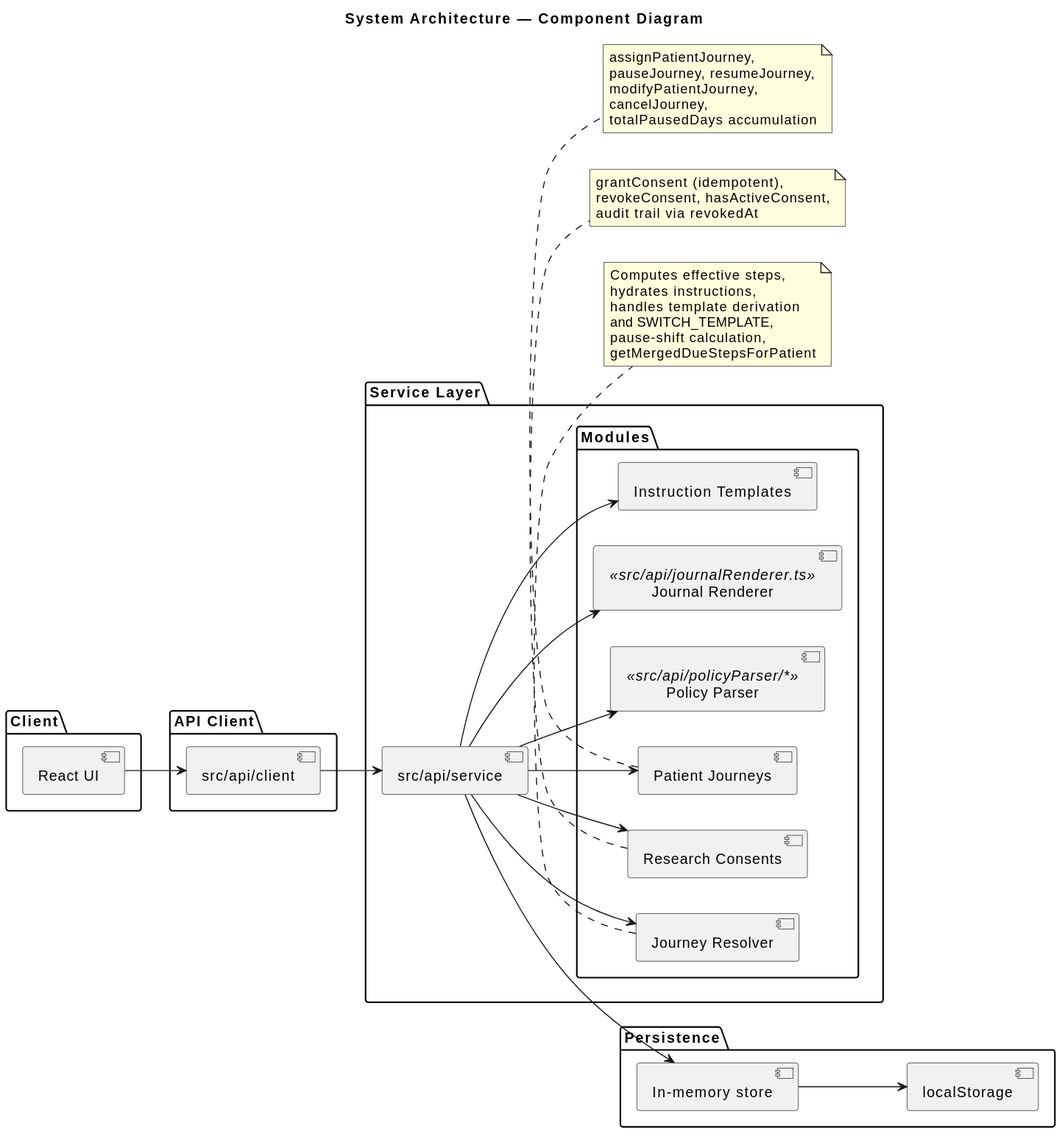
The PlantUML diagram docs/diagrams/high-level-architecture.svg in gforge/DUK, before a commit.
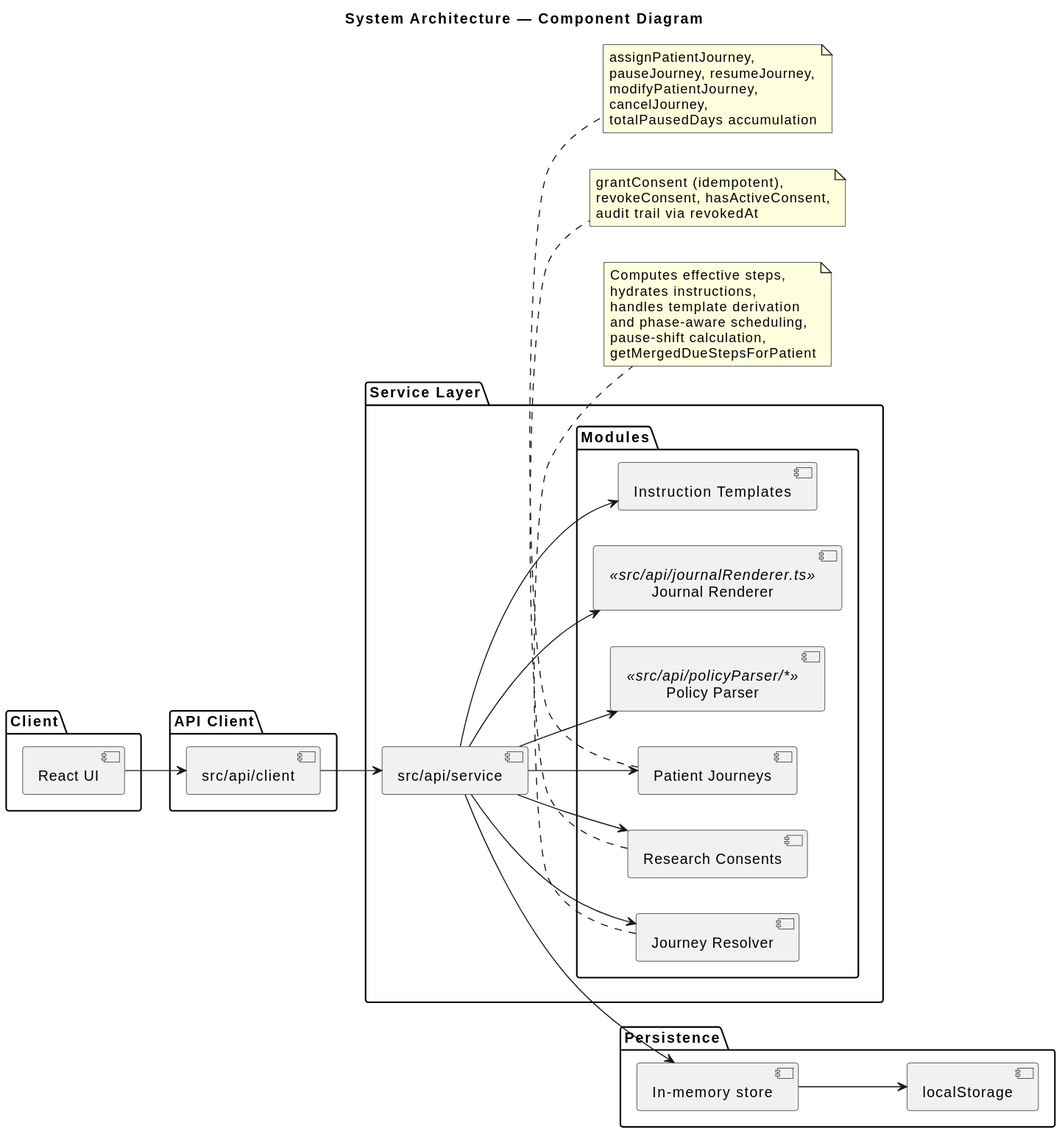
After the commit.

Change to the diagram source:
```diff
@@ -44,7 +44,7 @@
   Computes effective steps,
   hydrates instructions,
   handles template derivation
-  and SWITCH_TEMPLATE,
+  and phase-aware scheduling,
   pause-shift calculation,
   getMergedDueStepsForPatient
 end note
```
